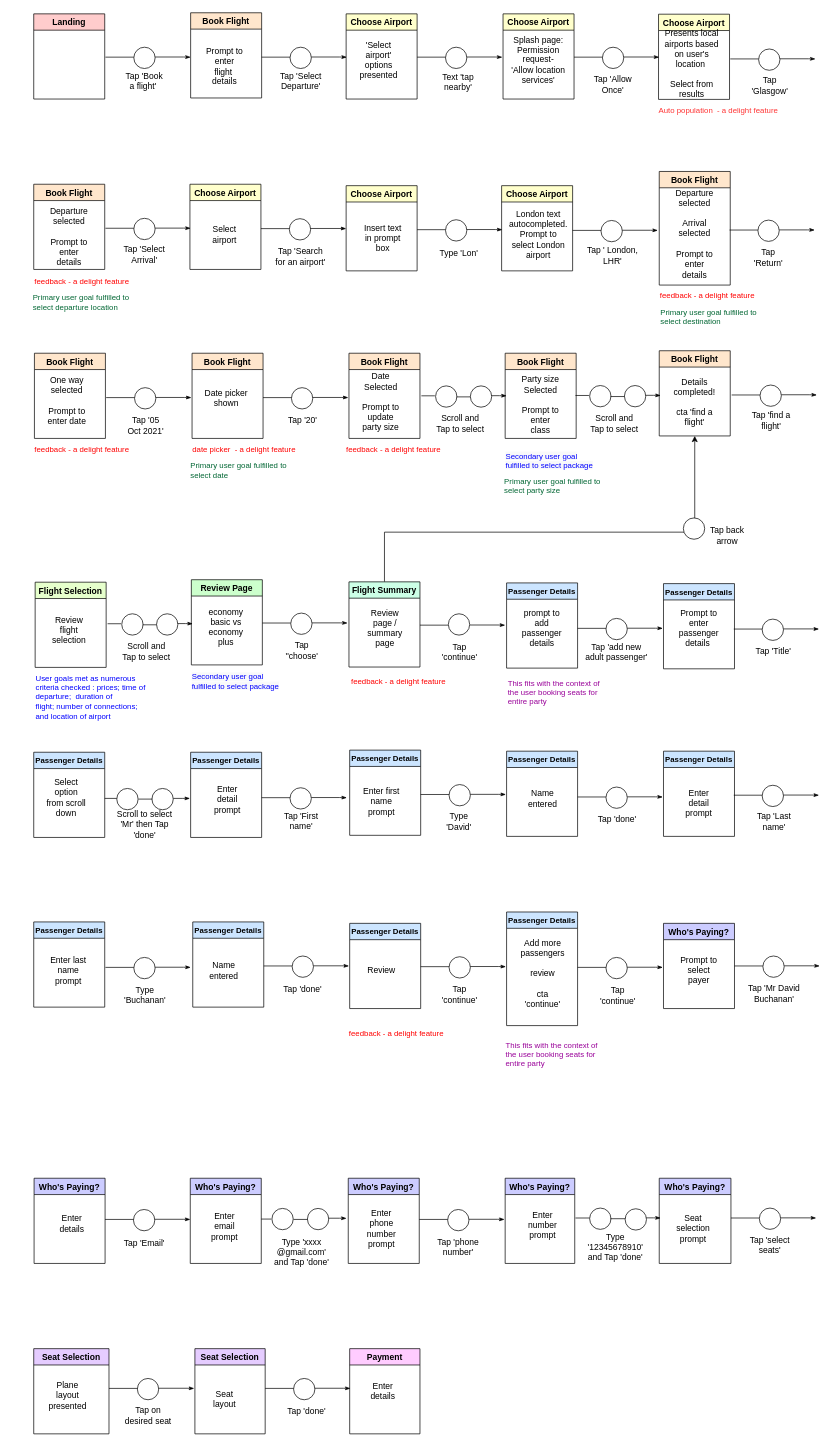
Above: page "Page-1" (1 of 3) of Untitled Diagram.drawio in davidjbuchanan/todo_pretty_printed_example (draw.io), before the change. Source tidied: cells renumbered, new cells numbered last; positions are measured from the earlier drawing's top-left corner, leaving out a move shared by most shapes. Both pictures are drawn from the tidied source at 71%, with x=0, y=0 at pixel (12, 12).
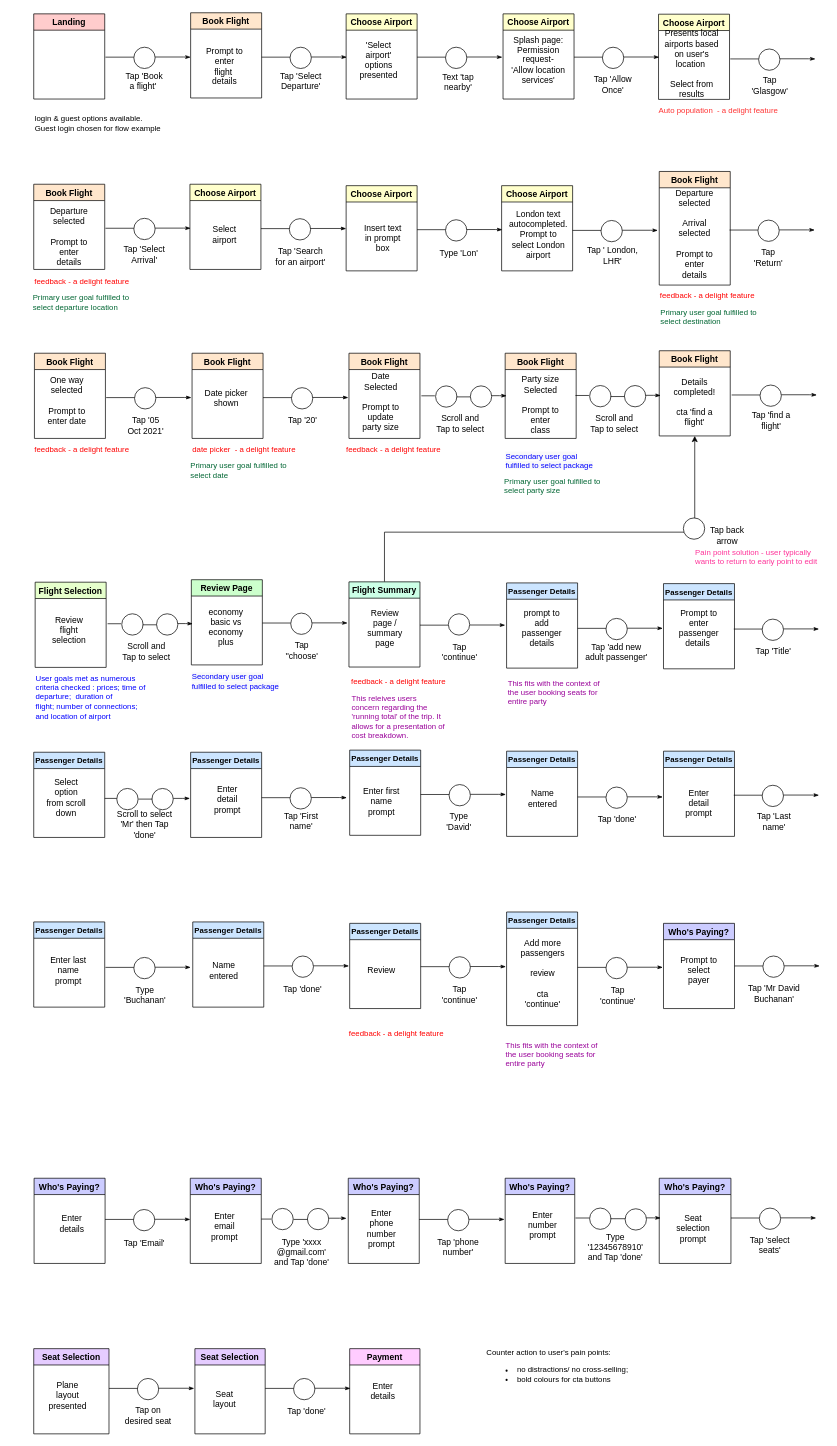
The same diagram, later.

Diff of the diagram source:
```diff
@@
+    <mxCell id="257" value="&lt;font color=&quot;#ff3399&quot;&gt;Pain point solution - user typically wants to return to early point to edit&lt;/font&gt;" style="text;html=1;strokeColor=none;fillColor=none;align=left;verticalAlign=middle;whiteSpace=wrap;rounded=0;fontSize=11;fontColor=#990099;" parent="1" vertex="1">
+      <mxGeometry x="960" y="752" width="175" height="30" as="geometry" />
+    </mxCell>
+    <mxCell id="258" value="Counter action to user's pain points:&amp;nbsp; &lt;br&gt;&lt;ul&gt;&lt;li&gt;&lt;span style=&quot;white-space: pre&quot;&gt; &lt;/span&gt;no distractions/ no cross-selling; &lt;/li&gt;&lt;li&gt;&lt;span style=&quot;white-space: pre&quot;&gt; &lt;/span&gt;bold colours for cta buttons&amp;nbsp;&lt;/li&gt;&lt;/ul&gt;" style="text;html=1;strokeColor=none;fillColor=none;align=left;verticalAlign=middle;whiteSpace=wrap;rounded=0;fontSize=11;fontColor=#000000;" parent="1" vertex="1">
+      <mxGeometry x="666" y="1862" width="364" height="100" as="geometry" />
+    </mxCell>
+    <mxCell id="259" value="&lt;font color=&quot;#990099&quot;&gt;This releives users concern regarding the 'running total' of the trip. It allows for a presentation of cost breakdown.&lt;/font&gt;&lt;span&gt;&lt;br&gt;&lt;/span&gt;" style="text;whiteSpace=wrap;html=1;fontSize=11;fontColor=#0000FF;" parent="1" vertex="1">
+      <mxGeometry x="476" y="952.5" width="134" height="44.5" as="geometry" />
+    </mxCell>
+    <mxCell id="260" value="login &amp;amp; guest options available.&lt;br&gt;Guest login chosen for flow example&amp;nbsp; &amp;nbsp;" style="text;html=1;strokeColor=none;fillColor=none;align=left;verticalAlign=middle;whiteSpace=wrap;rounded=0;fontSize=11;fontColor=#000000;" parent="1" vertex="1">
+      <mxGeometry x="30" y="142" width="200" height="30" as="geometry" />
+    </mxCell>
```
